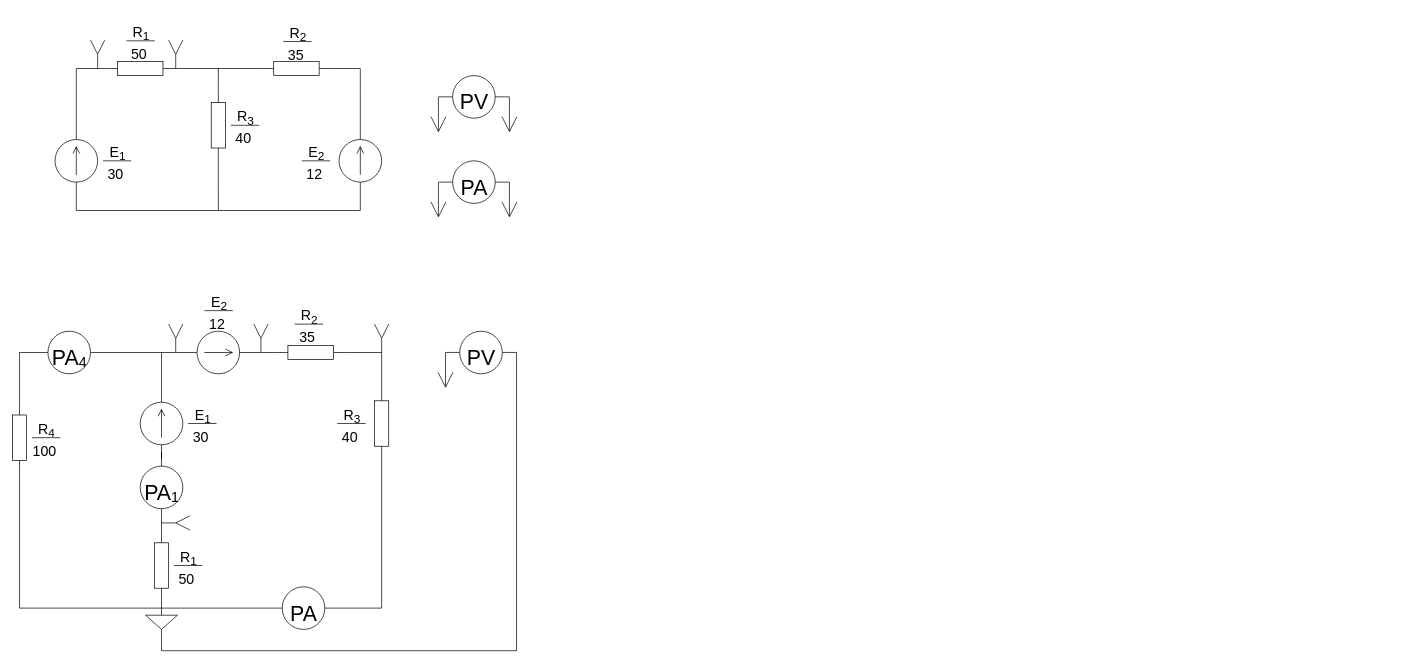
Before: Untitled Diagram.drawio in timaracov/electrical-engineering, a draw.io diagram. Source tidied: cells renumbered, new cells numbered last; positions are measured from the earlier drawing's top-left corner, leaving out a move shared by most shapes. Both pictures are drawn from the tidied source at 71%, with x=0, y=0 at pixel (-16, 12).
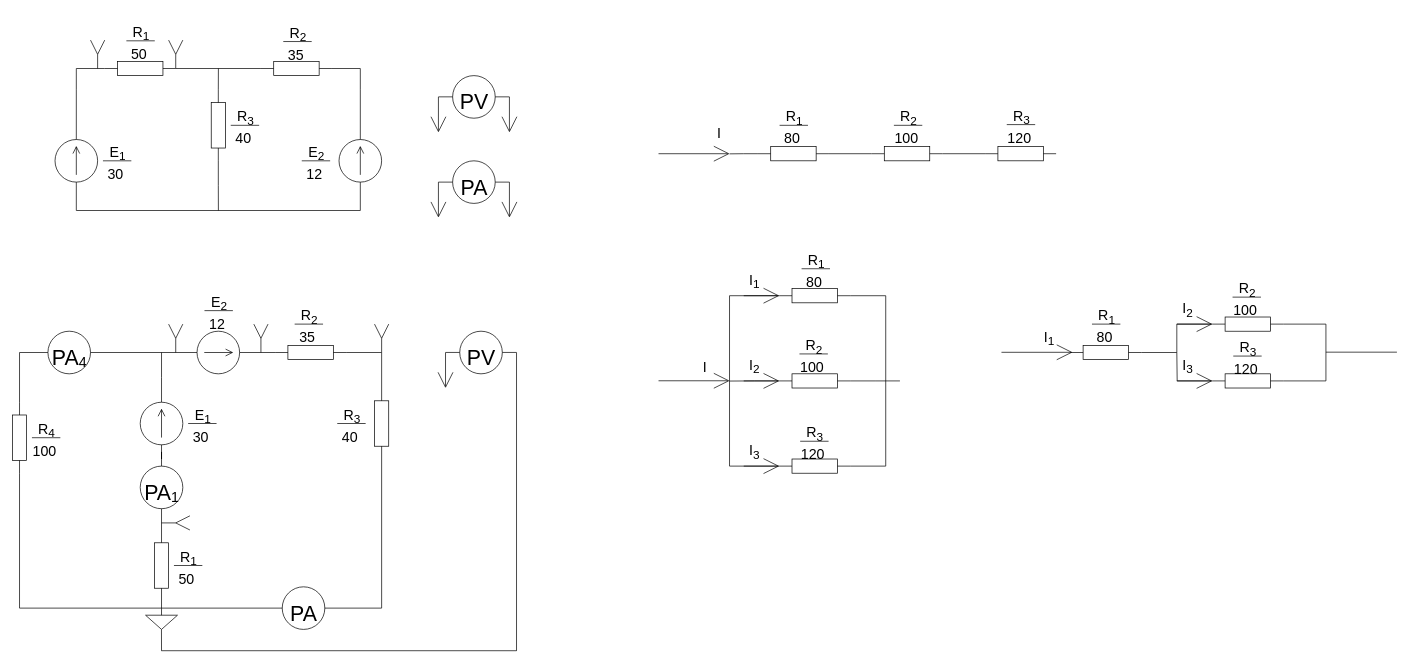
After the change.

Change to the diagram source:
```diff
@@
+    <mxCell id="132" style="edgeStyle=orthogonalEdgeStyle;rounded=0;jettySize=auto;html=1;exitX=0;exitY=0.5;exitDx=0;exitDy=0;exitPerimeter=0;fontSize=20;endArrow=none;endFill=0;" parent="1" edge="1" source="134">
+      <mxGeometry relative="1" as="geometry">
+        <mxPoint x="1050" y="199.2" as="targetPoint" />
+      </mxGeometry>
+    </mxCell>
+    <mxCell id="133" style="edgeStyle=orthogonalEdgeStyle;rounded=0;jettySize=auto;html=1;exitX=1;exitY=0.5;exitDx=0;exitDy=0;exitPerimeter=0;entryX=0;entryY=0.5;entryDx=0;entryDy=0;entryPerimeter=0;fontSize=20;endArrow=none;endFill=0;" parent="1" edge="1" source="134" target="136">
+      <mxGeometry relative="1" as="geometry" />
+    </mxCell>
+    <mxCell id="134" style="verticalLabelPosition=bottom;shadow=0;dashed=0;align=center;html=1;verticalAlign=top;shape=mxgraph.electrical.resistors.resistor_1;fontSize=20;fillColor=none;" parent="1" vertex="1">
+      <mxGeometry x="1090" y="189" width="100" height="20" as="geometry" />
+    </mxCell>
+    <mxCell id="135" style="edgeStyle=orthogonalEdgeStyle;rounded=0;jettySize=auto;html=1;exitX=1;exitY=0.5;exitDx=0;exitDy=0;exitPerimeter=0;entryX=0;entryY=0.5;entryDx=0;entryDy=0;entryPerimeter=0;fontSize=20;endArrow=none;endFill=0;" parent="1" edge="1" source="136" target="137">
+      <mxGeometry relative="1" as="geometry" />
+    </mxCell>
+    <mxCell id="136" style="verticalLabelPosition=bottom;shadow=0;dashed=0;align=center;html=1;verticalAlign=top;shape=mxgraph.electrical.resistors.resistor_1;fontSize=20;fillColor=none;" parent="1" vertex="1">
+      <mxGeometry x="1250" y="189" width="100" height="20" as="geometry" />
+    </mxCell>
+    <mxCell id="137" style="verticalLabelPosition=bottom;shadow=0;dashed=0;align=center;html=1;verticalAlign=top;shape=mxgraph.electrical.resistors.resistor_1;fontSize=20;fillColor=none;" parent="1" vertex="1">
+      <mxGeometry x="1410" y="189" width="100" height="20" as="geometry" />
+    </mxCell>
+    <mxCell id="138" style="endArrow=open;html=1;strokeWidth=1;endFill=0;endSize=20;rounded=0;fontSize=20;" parent="1" edge="1">
+      <mxGeometry relative="1" as="geometry">
+        <mxPoint x="950" y="199" as="sourcePoint" />
+        <mxPoint x="1050" y="199" as="targetPoint" />
+      </mxGeometry>
+    </mxCell>
+    <mxCell id="139" value="&lt;font face=&quot;Helvetica&quot;&gt;I&lt;/font&gt;" style="text;html=1;align=center;verticalAlign=middle;strokeColor=none;fillColor=none;fontSize=20;" parent="1" vertex="1">
+      <mxGeometry x="1020" y="149" width="30" height="40" as="geometry" />
+    </mxCell>
+    <mxCell id="140" style="group;" parent="1" vertex="1">
+      <mxGeometry x="1113" y="119" width="57.5" height="80" as="geometry" />
+    </mxCell>
+    <mxCell id="141" style="group;" parent="140" vertex="1">
+      <mxGeometry x="2.5" width="55" height="80" as="geometry" />
+    </mxCell>
+    <mxCell id="142" value="&lt;font style=&quot;font-size: 20px;&quot;&gt;R&lt;sub&gt;1&lt;/sub&gt;&lt;/font&gt;" style="text;html=1;align=center;verticalAlign=middle;strokeColor=none;fillColor=none;fontSize=30;" parent="141" vertex="1">
+      <mxGeometry width="50" height="50" as="geometry" />
+    </mxCell>
+    <mxCell id="143" style="endArrow=none;html=1;rounded=0;fontSize=20;" parent="141" edge="1">
+      <mxGeometry relative="1" as="geometry">
+        <mxPoint x="5" y="40" as="sourcePoint" />
+        <mxPoint x="45" y="40" as="targetPoint" />
+      </mxGeometry>
+    </mxCell>
+    <mxCell id="144" value="&lt;font style=&quot;font-size: 20px;&quot;&gt;80&lt;/font&gt;" style="text;html=1;align=center;verticalAlign=middle;strokeColor=none;fillColor=none;fontSize=30;" parent="140" vertex="1">
+      <mxGeometry y="30" width="50" height="50" as="geometry" />
+    </mxCell>
+    <mxCell id="145" style="group;" parent="1" vertex="1">
+      <mxGeometry x="1274" y="119" width="57.5" height="80" as="geometry" />
+    </mxCell>
+    <mxCell id="146" style="group;" parent="145" vertex="1">
+      <mxGeometry x="2.5" width="55" height="80" as="geometry" />
+    </mxCell>
+    <mxCell id="147" value="&lt;font style=&quot;font-size: 20px;&quot;&gt;R&lt;sub&gt;2&lt;/sub&gt;&lt;/font&gt;" style="text;html=1;align=center;verticalAlign=middle;strokeColor=none;fillColor=none;fontSize=30;" parent="146" vertex="1">
+      <mxGeometry width="50" height="50" as="geometry" />
+    </mxCell>
+    <mxCell id="148" style="endArrow=none;html=1;rounded=0;fontSize=20;" parent="146" edge="1">
+      <mxGeometry relative="1" as="geometry">
+        <mxPoint x="5" y="40" as="sourcePoint" />
+        <mxPoint x="45" y="40" as="targetPoint" />
+      </mxGeometry>
+    </mxCell>
+    <mxCell id="149" value="&lt;font style=&quot;font-size: 20px;&quot;&gt;100&lt;/font&gt;" style="text;html=1;align=center;verticalAlign=middle;strokeColor=none;fillColor=none;fontSize=30;" parent="145" vertex="1">
+      <mxGeometry x="-5" y="30" width="60" height="50" as="geometry" />
+    </mxCell>
+    <mxCell id="150" style="group;" parent="1" vertex="1">
+      <mxGeometry x="1433" y="118" width="57.5" height="80" as="geometry" />
+    </mxCell>
+    <mxCell id="151" style="group;" parent="150" vertex="1">
+      <mxGeometry x="2.5" width="55" height="80" as="geometry" />
+    </mxCell>
+    <mxCell id="152" value="&lt;font style=&quot;font-size: 20px;&quot;&gt;R&lt;sub&gt;3&lt;/sub&gt;&lt;/font&gt;" style="text;html=1;align=center;verticalAlign=middle;strokeColor=none;fillColor=none;fontSize=30;" parent="151" vertex="1">
+      <mxGeometry width="50" height="50" as="geometry" />
+    </mxCell>
+    <mxCell id="153" style="endArrow=none;html=1;rounded=0;fontSize=20;" parent="151" edge="1">
+      <mxGeometry relative="1" as="geometry">
+        <mxPoint x="5" y="40" as="sourcePoint" />
+        <mxPoint x="45" y="40" as="targetPoint" />
+      </mxGeometry>
+    </mxCell>
+    <mxCell id="154" value="&lt;font style=&quot;font-size: 20px;&quot;&gt;120&lt;/font&gt;" style="text;html=1;align=center;verticalAlign=middle;strokeColor=none;fillColor=none;fontSize=30;" parent="150" vertex="1">
+      <mxGeometry x="-5" y="30" width="60" height="50" as="geometry" />
+    </mxCell>
+    <mxCell id="155" style="edgeStyle=orthogonalEdgeStyle;rounded=0;jettySize=auto;html=1;exitX=0;exitY=0.5;exitDx=0;exitDy=0;exitPerimeter=0;entryX=0;entryY=0.5;entryDx=0;entryDy=0;entryPerimeter=0;fontFamily=Helvetica;fontSize=20;endArrow=none;endFill=0;" parent="1" edge="1" source="157" target="161">
+      <mxGeometry relative="1" as="geometry">
+        <Array as="points">
+          <mxPoint x="1050" y="399" />
+          <mxPoint x="1050" y="639" />
+        </Array>
+      </mxGeometry>
+    </mxCell>
+    <mxCell id="156" style="edgeStyle=orthogonalEdgeStyle;rounded=0;jettySize=auto;html=1;exitX=1;exitY=0.5;exitDx=0;exitDy=0;exitPerimeter=0;entryX=1;entryY=0.5;entryDx=0;entryDy=0;entryPerimeter=0;fontFamily=Helvetica;fontSize=20;endArrow=none;endFill=0;" parent="1" edge="1" source="157" target="161">
+      <mxGeometry relative="1" as="geometry">
+        <Array as="points">
+          <mxPoint x="1270" y="399" />
+          <mxPoint x="1270" y="639" />
+        </Array>
+      </mxGeometry>
+    </mxCell>
+    <mxCell id="157" style="verticalLabelPosition=bottom;shadow=0;dashed=0;align=center;html=1;verticalAlign=top;shape=mxgraph.electrical.resistors.resistor_1;fontSize=20;fillColor=none;" parent="1" vertex="1">
+      <mxGeometry x="1120" y="389" width="100" height="20" as="geometry" />
+    </mxCell>
+    <mxCell id="158" style="edgeStyle=orthogonalEdgeStyle;rounded=0;jettySize=auto;html=1;exitX=0;exitY=0.5;exitDx=0;exitDy=0;exitPerimeter=0;fontFamily=Helvetica;fontSize=20;endArrow=none;endFill=0;" parent="1" edge="1" source="160">
+      <mxGeometry relative="1" as="geometry">
+        <mxPoint x="1050" y="519.2" as="targetPoint" />
+      </mxGeometry>
+    </mxCell>
+    <mxCell id="159" style="edgeStyle=orthogonalEdgeStyle;rounded=0;jettySize=auto;html=1;exitX=1;exitY=0.5;exitDx=0;exitDy=0;exitPerimeter=0;fontFamily=Helvetica;fontSize=20;endArrow=none;endFill=0;" parent="1" edge="1" source="160">
+      <mxGeometry relative="1" as="geometry">
+        <mxPoint x="1290" y="519" as="targetPoint" />
+      </mxGeometry>
+    </mxCell>
+    <mxCell id="160" style="verticalLabelPosition=bottom;shadow=0;dashed=0;align=center;html=1;verticalAlign=top;shape=mxgraph.electrical.resistors.resistor_1;fontSize=20;fillColor=none;" parent="1" vertex="1">
+      <mxGeometry x="1120" y="509" width="100" height="20" as="geometry" />
+    </mxCell>
+    <mxCell id="161" style="verticalLabelPosition=bottom;shadow=0;dashed=0;align=center;html=1;verticalAlign=top;shape=mxgraph.electrical.resistors.resistor_1;fontSize=20;fillColor=none;" parent="1" vertex="1">
+      <mxGeometry x="1120" y="629" width="100" height="20" as="geometry" />
+    </mxCell>
+    <mxCell id="162" style="endArrow=open;html=1;strokeWidth=1;endFill=0;endSize=20;rounded=0;fontSize=20;" parent="1" edge="1">
+      <mxGeometry relative="1" as="geometry">
+        <mxPoint x="950" y="518.8" as="sourcePoint" />
+        <mxPoint x="1050" y="518.8" as="targetPoint" />
+      </mxGeometry>
+    </mxCell>
+    <mxCell id="163" value="&lt;font face=&quot;Helvetica&quot;&gt;I&lt;/font&gt;" style="text;html=1;align=center;verticalAlign=middle;strokeColor=none;fillColor=none;fontSize=20;" parent="1" vertex="1">
+      <mxGeometry x="1000" y="479" width="30" height="40" as="geometry" />
+    </mxCell>
+    <mxCell id="164" style="endArrow=open;html=1;strokeWidth=1;endFill=0;endSize=20;rounded=0;fontSize=20;" parent="1" edge="1">
+      <mxGeometry relative="1" as="geometry">
+        <mxPoint x="1070" y="519" as="sourcePoint" />
+        <mxPoint x="1120" y="519" as="targetPoint" />
+      </mxGeometry>
+    </mxCell>
+    <mxCell id="165" style="endArrow=open;html=1;strokeWidth=1;endFill=0;endSize=20;rounded=0;fontSize=20;" parent="1" edge="1">
+      <mxGeometry relative="1" as="geometry">
+        <mxPoint x="1070" y="399" as="sourcePoint" />
+        <mxPoint x="1120" y="399" as="targetPoint" />
+      </mxGeometry>
+    </mxCell>
+    <mxCell id="166" style="endArrow=open;html=1;strokeWidth=1;endFill=0;endSize=20;rounded=0;fontSize=20;" parent="1" edge="1">
+      <mxGeometry relative="1" as="geometry">
+        <mxPoint x="1070" y="639" as="sourcePoint" />
+        <mxPoint x="1120" y="639" as="targetPoint" />
+      </mxGeometry>
+    </mxCell>
+    <mxCell id="167" value="&lt;font face=&quot;Helvetica&quot;&gt;I&lt;/font&gt;&lt;sub&gt;1&lt;/sub&gt;" style="text;html=1;align=center;verticalAlign=middle;strokeColor=none;fillColor=none;fontSize=20;" parent="1" vertex="1">
+      <mxGeometry x="1065" y="359" width="40" height="40" as="geometry" />
+    </mxCell>
+    <mxCell id="168" value="&lt;font face=&quot;Helvetica&quot;&gt;I&lt;/font&gt;&lt;sub&gt;2&lt;/sub&gt;" style="text;html=1;align=center;verticalAlign=middle;strokeColor=none;fillColor=none;fontSize=20;" parent="1" vertex="1">
+      <mxGeometry x="1065" y="479" width="40" height="40" as="geometry" />
+    </mxCell>
+    <mxCell id="169" value="&lt;font face=&quot;Helvetica&quot;&gt;I&lt;/font&gt;&lt;sub&gt;3&lt;/sub&gt;" style="text;html=1;align=center;verticalAlign=middle;strokeColor=none;fillColor=none;fontSize=20;" parent="1" vertex="1">
+      <mxGeometry x="1065" y="599" width="40" height="40" as="geometry" />
+    </mxCell>
+    <mxCell id="170" style="group;" parent="1" vertex="1">
+      <mxGeometry x="1144" y="321" width="57.5" height="80" as="geometry" />
+    </mxCell>
+    <mxCell id="171" style="group;" parent="170" vertex="1">
+      <mxGeometry x="2.5" width="55" height="80" as="geometry" />
+    </mxCell>
+    <mxCell id="172" value="&lt;font style=&quot;font-size: 20px;&quot;&gt;R&lt;sub&gt;1&lt;/sub&gt;&lt;/font&gt;" style="text;html=1;align=center;verticalAlign=middle;strokeColor=none;fillColor=none;fontSize=30;" parent="171" vertex="1">
+      <mxGeometry width="50" height="50" as="geometry" />
+    </mxCell>
+    <mxCell id="173" style="endArrow=none;html=1;rounded=0;fontSize=20;" parent="171" edge="1">
+      <mxGeometry relative="1" as="geometry">
+        <mxPoint x="5" y="40" as="sourcePoint" />
+        <mxPoint x="45" y="40" as="targetPoint" />
+      </mxGeometry>
+    </mxCell>
+    <mxCell id="174" value="&lt;font style=&quot;font-size: 20px;&quot;&gt;80&lt;/font&gt;" style="text;html=1;align=center;verticalAlign=middle;strokeColor=none;fillColor=none;fontSize=30;" parent="170" vertex="1">
+      <mxGeometry y="30" width="50" height="50" as="geometry" />
+    </mxCell>
+    <mxCell id="175" style="group;" parent="1" vertex="1">
+      <mxGeometry x="1141" y="441" width="57.5" height="80" as="geometry" />
+    </mxCell>
+    <mxCell id="176" style="group;" parent="175" vertex="1">
+      <mxGeometry x="2.5" width="55" height="80" as="geometry" />
+    </mxCell>
+    <mxCell id="177" value="&lt;font style=&quot;font-size: 20px;&quot;&gt;R&lt;sub&gt;2&lt;/sub&gt;&lt;/font&gt;" style="text;html=1;align=center;verticalAlign=middle;strokeColor=none;fillColor=none;fontSize=30;" parent="176" vertex="1">
+      <mxGeometry width="50" height="50" as="geometry" />
+    </mxCell>
+    <mxCell id="178" style="endArrow=none;html=1;rounded=0;fontSize=20;" parent="176" edge="1">
+      <mxGeometry relative="1" as="geometry">
+        <mxPoint x="5" y="40" as="sourcePoint" />
+        <mxPoint x="45" y="40" as="targetPoint" />
+      </mxGeometry>
+    </mxCell>
+    <mxCell id="179" value="&lt;font style=&quot;font-size: 20px;&quot;&gt;100&lt;/font&gt;" style="text;html=1;align=center;verticalAlign=middle;strokeColor=none;fillColor=none;fontSize=30;" parent="175" vertex="1">
+      <mxGeometry x="-5" y="30" width="60" height="50" as="geometry" />
+    </mxCell>
+    <mxCell id="180" style="group;" parent="1" vertex="1">
+      <mxGeometry x="1142" y="564" width="57.5" height="80" as="geometry" />
+    </mxCell>
+    <mxCell id="181" style="group;" parent="180" vertex="1">
+      <mxGeometry x="2.5" width="55" height="80" as="geometry" />
+    </mxCell>
+    <mxCell id="182" value="&lt;font style=&quot;font-size: 20px;&quot;&gt;R&lt;sub&gt;3&lt;/sub&gt;&lt;/font&gt;" style="text;html=1;align=center;verticalAlign=middle;strokeColor=none;fillColor=none;fontSize=30;" parent="181" vertex="1">
+      <mxGeometry width="50" height="50" as="geometry" />
+    </mxCell>
+    <mxCell id="183" style="endArrow=none;html=1;rounded=0;fontSize=20;" parent="181" edge="1">
+      <mxGeometry relative="1" as="geometry">
+        <mxPoint x="5" y="40" as="sourcePoint" />
+        <mxPoint x="45" y="40" as="targetPoint" />
+      </mxGeometry>
+    </mxCell>
+    <mxCell id="184" value="&lt;font style=&quot;font-size: 20px;&quot;&gt;120&lt;/font&gt;" style="text;html=1;align=center;verticalAlign=middle;strokeColor=none;fillColor=none;fontSize=30;" parent="180" vertex="1">
+      <mxGeometry x="-5" y="30" width="60" height="50" as="geometry" />
+    </mxCell>
+    <mxCell id="185" style="edgeStyle=orthogonalEdgeStyle;rounded=0;jettySize=auto;html=1;exitX=1;exitY=0.5;exitDx=0;exitDy=0;exitPerimeter=0;entryX=0;entryY=0.5;entryDx=0;entryDy=0;entryPerimeter=0;fontFamily=Helvetica;fontSize=20;endArrow=none;endFill=0;" parent="1" edge="1" source="186" target="193">
+      <mxGeometry relative="1" as="geometry" />
+    </mxCell>
+    <mxCell id="186" style="verticalLabelPosition=bottom;shadow=0;dashed=0;align=center;html=1;verticalAlign=top;shape=mxgraph.electrical.resistors.resistor_1;fontSize=20;fillColor=none;" parent="1" vertex="1">
+      <mxGeometry x="1530" y="469" width="100" height="20" as="geometry" />
+    </mxCell>
+    <mxCell id="187" style="group;" parent="1" vertex="1">
+      <mxGeometry x="1553" y="399" width="57.5" height="80" as="geometry" />
+    </mxCell>
+    <mxCell id="188" style="group;" parent="187" vertex="1">
+      <mxGeometry x="2.5" width="55" height="80" as="geometry" />
+    </mxCell>
+    <mxCell id="189" value="&lt;font style=&quot;font-size: 20px;&quot;&gt;R&lt;sub&gt;1&lt;/sub&gt;&lt;/font&gt;" style="text;html=1;align=center;verticalAlign=middle;strokeColor=none;fillColor=none;fontSize=30;" parent="188" vertex="1">
+      <mxGeometry width="50" height="50" as="geometry" />
+    </mxCell>
+    <mxCell id="190" style="endArrow=none;html=1;rounded=0;fontSize=20;" parent="188" edge="1">
+      <mxGeometry relative="1" as="geometry">
+        <mxPoint x="5" y="40" as="sourcePoint" />
+        <mxPoint x="45" y="40" as="targetPoint" />
+      </mxGeometry>
+    </mxCell>
+    <mxCell id="191" value="&lt;font style=&quot;font-size: 20px;&quot;&gt;80&lt;/font&gt;" style="text;html=1;align=center;verticalAlign=middle;strokeColor=none;fillColor=none;fontSize=30;" parent="187" vertex="1">
+      <mxGeometry y="30" width="50" height="50" as="geometry" />
+    </mxCell>
+    <mxCell id="192" style="edgeStyle=orthogonalEdgeStyle;rounded=0;jettySize=auto;html=1;exitX=1;exitY=0.5;exitDx=0;exitDy=0;exitPerimeter=0;entryX=1;entryY=0.5;entryDx=0;entryDy=0;entryPerimeter=0;fontFamily=Helvetica;fontSize=20;endArrow=none;endFill=0;" parent="1" edge="1" source="193" target="200">
+      <mxGeometry relative="1" as="geometry">
+        <Array as="points">
+          <mxPoint x="1890" y="439" />
+          <mxPoint x="1890" y="519" />
+        </Array>
+      </mxGeometry>
+    </mxCell>
+    <mxCell id="193" style="verticalLabelPosition=bottom;shadow=0;dashed=0;align=center;html=1;verticalAlign=top;shape=mxgraph.electrical.resistors.resistor_1;fontSize=20;fillColor=none;" parent="1" vertex="1">
+      <mxGeometry x="1730" y="429" width="100" height="20" as="geometry" />
+    </mxCell>
+    <mxCell id="194" style="group;" parent="1" vertex="1">
+      <mxGeometry x="1751" y="361" width="57.5" height="80" as="geometry" />
+    </mxCell>
+    <mxCell id="195" style="group;" parent="194" vertex="1">
+      <mxGeometry x="2.5" width="55" height="80" as="geometry" />
+    </mxCell>
+    <mxCell id="196" value="&lt;font style=&quot;font-size: 20px;&quot;&gt;R&lt;sub&gt;2&lt;/sub&gt;&lt;/font&gt;" style="text;html=1;align=center;verticalAlign=middle;strokeColor=none;fillColor=none;fontSize=30;" parent="195" vertex="1">
+      <mxGeometry width="50" height="50" as="geometry" />
+    </mxCell>
+    <mxCell id="197" style="endArrow=none;html=1;rounded=0;fontSize=20;" parent="195" edge="1">
+      <mxGeometry relative="1" as="geometry">
+        <mxPoint x="5" y="40" as="sourcePoint" />
+        <mxPoint x="45" y="40" as="targetPoint" />
+      </mxGeometry>
+    </mxCell>
+    <mxCell id="198" value="&lt;font style=&quot;font-size: 20px;&quot;&gt;100&lt;/font&gt;" style="text;html=1;align=center;verticalAlign=middle;strokeColor=none;fillColor=none;fontSize=30;" parent="194" vertex="1">
+      <mxGeometry x="-5" y="30" width="60" height="50" as="geometry" />
+    </mxCell>
+    <mxCell id="199" style="edgeStyle=orthogonalEdgeStyle;rounded=0;jettySize=auto;html=1;exitX=0;exitY=0.5;exitDx=0;exitDy=0;exitPerimeter=0;fontFamily=Helvetica;fontSize=20;endArrow=none;endFill=0;" parent="1" edge="1" source="200">
+      <mxGeometry relative="1" as="geometry">
+        <mxPoint x="1680" y="479" as="targetPoint" />
+      </mxGeometry>
+    </mxCell>
+    <mxCell id="200" style="verticalLabelPosition=bottom;shadow=0;dashed=0;align=center;html=1;verticalAlign=top;shape=mxgraph.electrical.resistors.resistor_1;fontSize=20;fillColor=none;" parent="1" vertex="1">
+      <mxGeometry x="1730" y="509" width="100" height="20" as="geometry" />
+    </mxCell>
+    <mxCell id="201" style="group;" parent="1" vertex="1">
+      <mxGeometry x="1752" y="444" width="57.5" height="80" as="geometry" />
+    </mxCell>
+    <mxCell id="202" style="group;" parent="201" vertex="1">
+      <mxGeometry x="2.5" width="55" height="80" as="geometry" />
+    </mxCell>
+    <mxCell id="203" value="&lt;font style=&quot;font-size: 20px;&quot;&gt;R&lt;sub&gt;3&lt;/sub&gt;&lt;/font&gt;" style="text;html=1;align=center;verticalAlign=middle;strokeColor=none;fillColor=none;fontSize=30;" parent="202" vertex="1">
+      <mxGeometry width="50" height="50" as="geometry" />
+    </mxCell>
+    <mxCell id="204" style="endArrow=none;html=1;rounded=0;fontSize=20;" parent="202" edge="1">
+      <mxGeometry relative="1" as="geometry">
+        <mxPoint x="5" y="40" as="sourcePoint" />
+        <mxPoint x="45" y="40" as="targetPoint" />
+      </mxGeometry>
+    </mxCell>
+    <mxCell id="205" value="&lt;font style=&quot;font-size: 20px;&quot;&gt;120&lt;/font&gt;" style="text;html=1;align=center;verticalAlign=middle;strokeColor=none;fillColor=none;fontSize=30;" parent="201" vertex="1">
+      <mxGeometry x="-5" y="30" width="60" height="50" as="geometry" />
+    </mxCell>
+    <mxCell id="206" style="endArrow=open;html=1;strokeWidth=1;endFill=0;endSize=20;rounded=0;fontSize=20;" parent="1" edge="1">
+      <mxGeometry relative="1" as="geometry">
+        <mxPoint x="1433" y="478.7" as="sourcePoint" />
+        <mxPoint x="1533" y="478.7" as="targetPoint" />
+      </mxGeometry>
+    </mxCell>
+    <mxCell id="207" value="&lt;font face=&quot;Helvetica&quot;&gt;I&lt;/font&gt;&lt;sub&gt;1&lt;/sub&gt;" style="text;html=1;align=center;verticalAlign=middle;strokeColor=none;fillColor=none;fontSize=20;" parent="1" vertex="1">
+      <mxGeometry x="1480" y="439" width="40" height="40" as="geometry" />
+    </mxCell>
+    <mxCell id="208" style="endArrow=open;html=1;strokeWidth=1;endFill=0;endSize=20;rounded=0;fontSize=20;" parent="1" edge="1">
+      <mxGeometry relative="1" as="geometry">
+        <mxPoint x="1680" y="439" as="sourcePoint" />
+        <mxPoint x="1730" y="439" as="targetPoint" />
+      </mxGeometry>
+    </mxCell>
+    <mxCell id="209" value="&lt;font face=&quot;Helvetica&quot;&gt;I&lt;/font&gt;&lt;sub&gt;2&lt;/sub&gt;" style="text;html=1;align=center;verticalAlign=middle;strokeColor=none;fillColor=none;fontSize=20;" parent="1" vertex="1">
+      <mxGeometry x="1675" y="399" width="40" height="40" as="geometry" />
+    </mxCell>
+    <mxCell id="210" style="endArrow=open;html=1;strokeWidth=1;endFill=0;endSize=20;rounded=0;fontSize=20;" parent="1" edge="1">
+      <mxGeometry relative="1" as="geometry">
+        <mxPoint x="1680" y="519" as="sourcePoint" />
+        <mxPoint x="1730" y="519" as="targetPoint" />
+      </mxGeometry>
+    </mxCell>
+    <mxCell id="211" value="&lt;font face=&quot;Helvetica&quot;&gt;I&lt;/font&gt;&lt;sub&gt;3&lt;/sub&gt;" style="text;html=1;align=center;verticalAlign=middle;strokeColor=none;fillColor=none;fontSize=20;" parent="1" vertex="1">
+      <mxGeometry x="1675" y="479" width="40" height="40" as="geometry" />
+    </mxCell>
+    <mxCell id="212" style="endArrow=none;html=1;strokeWidth=1;endFill=0;endSize=20;rounded=0;fontSize=20;" parent="1" edge="1">
+      <mxGeometry relative="1" as="geometry">
+        <mxPoint x="1890" y="478.5" as="sourcePoint" />
+        <mxPoint x="1990" y="478.5" as="targetPoint" />
+      </mxGeometry>
+    </mxCell>
```
